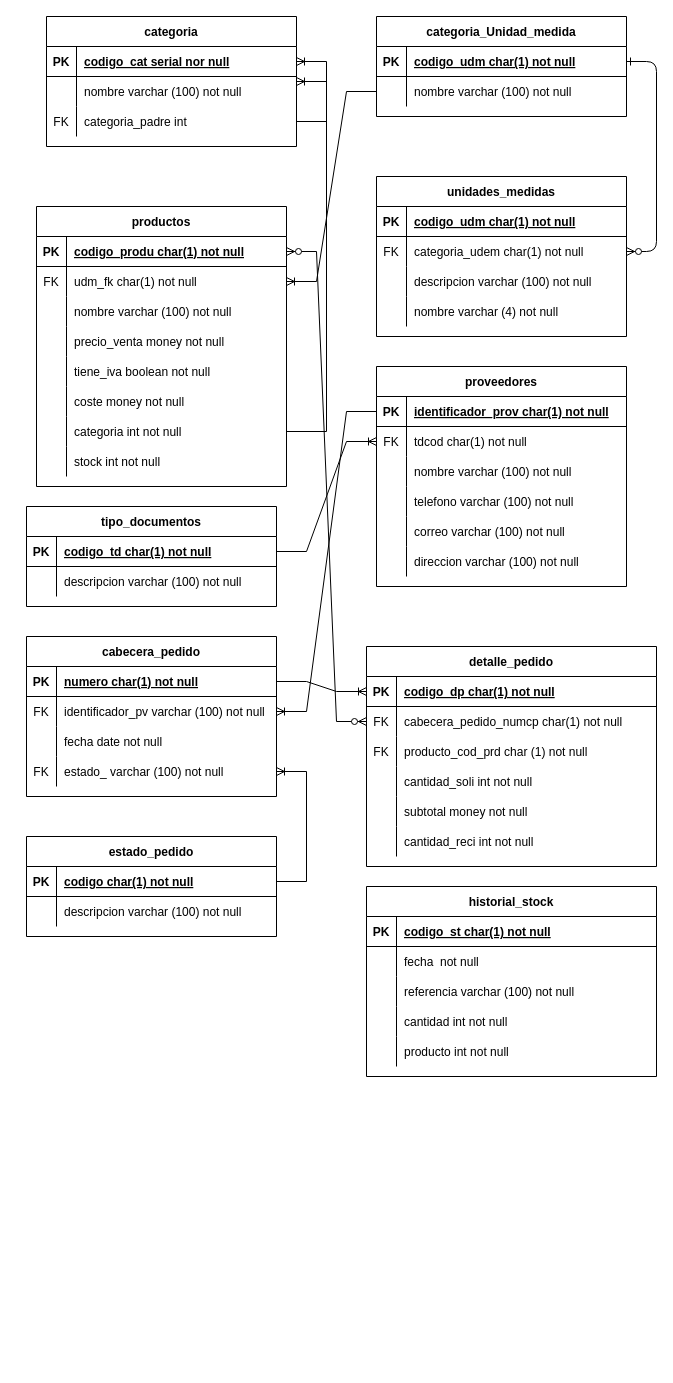
This is Diagrama sin título.drawio from PaulRiveraC/kraveDev, a draw.io file, before an edit. Source tidied: cells renumbered, new cells numbered last; positions are measured from the earlier drawing's top-left corner, leaving out a move shared by most shapes. Both pictures are drawn from the tidied source at 100%, with x=0, y=0 at pixel (26, 16).
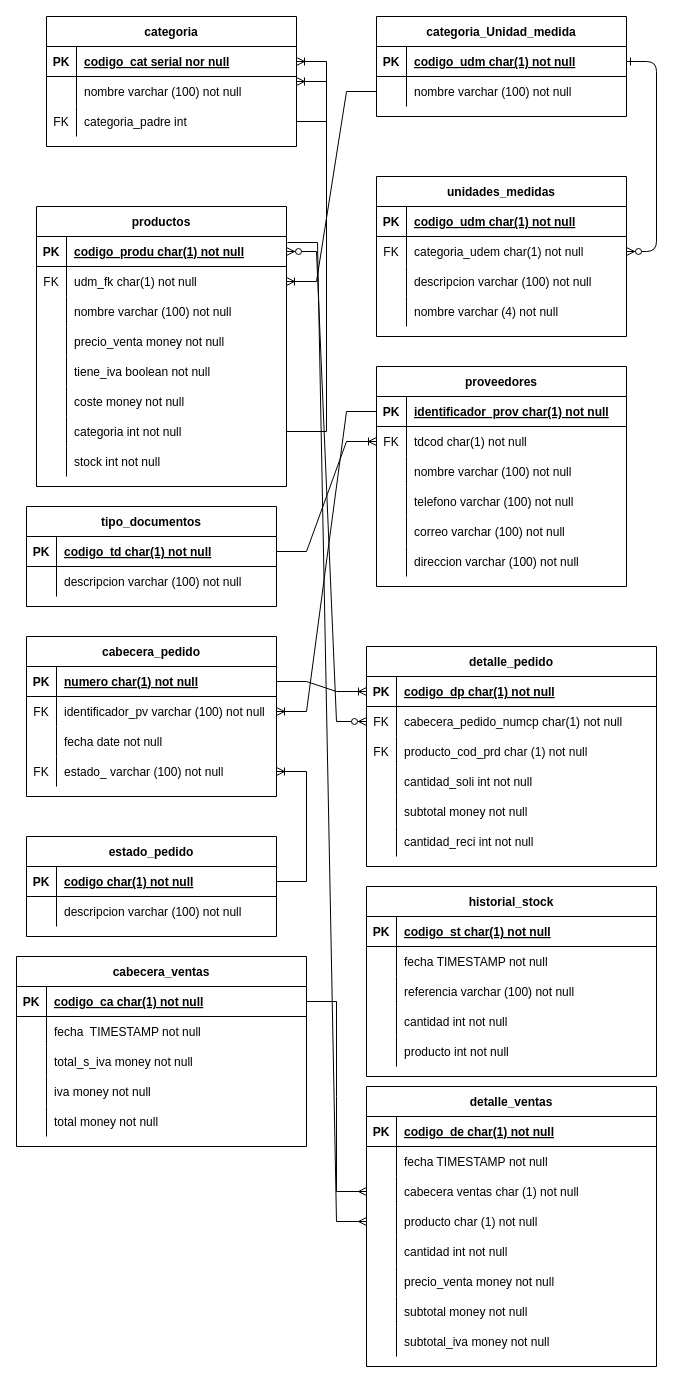
The same diagram, later.

Unchanged cells that the change refers to:
```xml
<mxCell id="35" style="shape=partialRectangle;fillColor=none;points=[[0,0.5],[1,0.5]];portConstraint=eastwest;top=0;left=0;right=0;bottom=1;" parent="34" vertex="1">
  <mxGeometry y="30" width="250" height="30" as="geometry" />
</mxCell>
<mxCell id="135" style="shape=partialRectangle;fillColor=none;top=0;left=0;right=0;bottom=0;" parent="131" vertex="1">
  <mxGeometry y="60" width="290" height="30" as="geometry" />
</mxCell>
```

The edit, as a diff of the source:
```diff
@@
-    <mxCell id="137" value="fecha  not null" style="shape=partialRectangle;overflow=hidden;fillColor=none;top=0;left=0;bottom=0;right=0;align=left;spacingLeft=6;" parent="135" vertex="1">
+    <mxCell id="137" value="fecha TIMESTAMP not null" style="shape=partialRectangle;overflow=hidden;fillColor=none;top=0;left=0;bottom=0;right=0;align=left;spacingLeft=6;" parent="135" vertex="1">
       <mxGeometry x="30" width="260" height="30" as="geometry" />
     </mxCell>
@@
+    <mxCell id="147" value="cabecera_ventas" style="shape=table;startSize=30;childLayout=tableLayout;rowLines=0;fontStyle=1;align=center;" parent="1" vertex="1">
+      <mxGeometry x="-10" y="940" width="290" height="190" as="geometry" />
+    </mxCell>
+    <mxCell id="148" style="shape=partialRectangle;fillColor=none;points=[[0,0.5],[1,0.5]];portConstraint=eastwest;top=0;left=0;right=0;bottom=1;" parent="147" vertex="1">
+      <mxGeometry y="30" width="290" height="30" as="geometry" />
+    </mxCell>
+    <mxCell id="149" value="PK" style="shape=partialRectangle;overflow=hidden;fillColor=none;top=0;left=0;bottom=0;right=0;fontStyle=1;" parent="148" vertex="1">
+      <mxGeometry width="30" height="30" as="geometry" />
+    </mxCell>
+    <mxCell id="150" value="codigo_ca char(1) not null" style="shape=partialRectangle;overflow=hidden;fillColor=none;top=0;left=0;bottom=0;right=0;align=left;spacingLeft=6;fontStyle=5;" parent="148" vertex="1">
+      <mxGeometry x="30" width="260" height="30" as="geometry" />
+    </mxCell>
+    <mxCell id="151" style="shape=partialRectangle;fillColor=none;top=0;left=0;right=0;bottom=0;" parent="147" vertex="1">
+      <mxGeometry y="60" width="290" height="30" as="geometry" />
+    </mxCell>
+    <mxCell id="152" style="shape=partialRectangle;overflow=hidden;fillColor=none;top=0;left=0;bottom=0;right=0;" parent="151" vertex="1">
+      <mxGeometry width="30" height="30" as="geometry" />
+    </mxCell>
+    <mxCell id="153" value="fecha  TIMESTAMP not null" style="shape=partialRectangle;overflow=hidden;fillColor=none;top=0;left=0;bottom=0;right=0;align=left;spacingLeft=6;" parent="151" vertex="1">
+      <mxGeometry x="30" width="260" height="30" as="geometry" />
+    </mxCell>
+    <mxCell id="154" style="shape=partialRectangle;fillColor=none;top=0;left=0;right=0;bottom=0;" parent="147" vertex="1">
+      <mxGeometry y="90" width="290" height="30" as="geometry" />
+    </mxCell>
+    <mxCell id="155" style="shape=partialRectangle;overflow=hidden;fillColor=none;top=0;left=0;bottom=0;right=0;" parent="154" vertex="1">
+      <mxGeometry width="30" height="30" as="geometry" />
+    </mxCell>
+    <mxCell id="156" value="total_s_iva money not null" style="shape=partialRectangle;overflow=hidden;fillColor=none;top=0;left=0;bottom=0;right=0;align=left;spacingLeft=6;" parent="154" vertex="1">
+      <mxGeometry x="30" width="260" height="30" as="geometry" />
+    </mxCell>
+    <mxCell id="157" style="shape=partialRectangle;fillColor=none;top=0;left=0;right=0;bottom=0;" parent="147" vertex="1">
+      <mxGeometry y="120" width="290" height="30" as="geometry" />
+    </mxCell>
+    <mxCell id="158" style="shape=partialRectangle;overflow=hidden;fillColor=none;top=0;left=0;bottom=0;right=0;" parent="157" vertex="1">
+      <mxGeometry width="30" height="30" as="geometry" />
+    </mxCell>
+    <mxCell id="159" value="iva money not null" style="shape=partialRectangle;overflow=hidden;fillColor=none;top=0;left=0;bottom=0;right=0;align=left;spacingLeft=6;" parent="157" vertex="1">
+      <mxGeometry x="30" width="260" height="30" as="geometry" />
+    </mxCell>
+    <mxCell id="160" style="shape=partialRectangle;fillColor=none;top=0;left=0;right=0;bottom=0;" parent="147" vertex="1">
+      <mxGeometry y="150" width="290" height="30" as="geometry" />
+    </mxCell>
+    <mxCell id="161" style="shape=partialRectangle;overflow=hidden;fillColor=none;top=0;left=0;bottom=0;right=0;" parent="160" vertex="1">
+      <mxGeometry width="30" height="30" as="geometry" />
+    </mxCell>
+    <mxCell id="162" value="total money not null" style="shape=partialRectangle;overflow=hidden;fillColor=none;top=0;left=0;bottom=0;right=0;align=left;spacingLeft=6;" parent="160" vertex="1">
+      <mxGeometry x="30" width="260" height="30" as="geometry" />
+    </mxCell>
+    <mxCell id="163" value="detalle_ventas" style="shape=table;startSize=30;childLayout=tableLayout;rowLines=0;fontStyle=1;align=center;" parent="1" vertex="1">
+      <mxGeometry x="340" y="1070" width="290" height="280" as="geometry" />
+    </mxCell>
+    <mxCell id="164" style="shape=partialRectangle;fillColor=none;top=0;left=0;right=0;bottom=1;" parent="163" vertex="1">
+      <mxGeometry y="30" width="290" height="30" as="geometry" />
+    </mxCell>
+    <mxCell id="165" value="PK" style="shape=partialRectangle;overflow=hidden;fillColor=none;top=0;left=0;bottom=0;right=0;fontStyle=1;" parent="164" vertex="1">
+      <mxGeometry width="30" height="30" as="geometry" />
+    </mxCell>
+    <mxCell id="166" value="codigo_de char(1) not null" style="shape=partialRectangle;overflow=hidden;fillColor=none;top=0;left=0;bottom=0;right=0;align=left;spacingLeft=6;fontStyle=5;" parent="164" vertex="1">
+      <mxGeometry x="30" width="260" height="30" as="geometry" />
+    </mxCell>
+    <mxCell id="167" style="shape=partialRectangle;fillColor=none;top=0;left=0;right=0;bottom=0;" parent="163" vertex="1">
+      <mxGeometry y="60" width="290" height="30" as="geometry" />
+    </mxCell>
+    <mxCell id="168" style="shape=partialRectangle;overflow=hidden;fillColor=none;top=0;left=0;bottom=0;right=0;" parent="167" vertex="1">
+      <mxGeometry width="30" height="30" as="geometry" />
+    </mxCell>
+    <mxCell id="169" value="fecha TIMESTAMP not null" style="shape=partialRectangle;overflow=hidden;fillColor=none;top=0;left=0;bottom=0;right=0;align=left;spacingLeft=6;" parent="167" vertex="1">
+      <mxGeometry x="30" width="260" height="30" as="geometry" />
+    </mxCell>
+    <mxCell id="170" style="shape=partialRectangle;fillColor=none;points=[[0,0.5],[1,0.5]];portConstraint=eastwest;top=0;left=0;right=0;bottom=0;" parent="163" vertex="1">
+      <mxGeometry y="90" width="290" height="30" as="geometry" />
+    </mxCell>
+    <mxCell id="171" style="shape=partialRectangle;overflow=hidden;fillColor=none;top=0;left=0;bottom=0;right=0;" parent="170" vertex="1">
+      <mxGeometry width="30" height="30" as="geometry" />
+    </mxCell>
+    <mxCell id="172" value="cabecera ventas char (1) not null" style="shape=partialRectangle;overflow=hidden;fillColor=none;top=0;left=0;bottom=0;right=0;align=left;spacingLeft=6;" parent="170" vertex="1">
+      <mxGeometry x="30" width="260" height="30" as="geometry" />
+    </mxCell>
+    <mxCell id="173" style="shape=partialRectangle;fillColor=none;points=[[0,0.5],[1,0.5]];portConstraint=eastwest;top=0;left=0;right=0;bottom=0;" parent="163" vertex="1">
+      <mxGeometry y="120" width="290" height="30" as="geometry" />
+    </mxCell>
+    <mxCell id="174" style="shape=partialRectangle;overflow=hidden;fillColor=none;top=0;left=0;bottom=0;right=0;" parent="173" vertex="1">
+      <mxGeometry width="30" height="30" as="geometry" />
+    </mxCell>
+    <mxCell id="175" value="producto char (1) not null" style="shape=partialRectangle;overflow=hidden;fillColor=none;top=0;left=0;bottom=0;right=0;align=left;spacingLeft=6;" parent="173" vertex="1">
+      <mxGeometry x="30" width="260" height="30" as="geometry" />
+    </mxCell>
+    <mxCell id="176" style="shape=partialRectangle;fillColor=none;top=0;left=0;right=0;bottom=0;" parent="163" vertex="1">
+      <mxGeometry y="150" width="290" height="30" as="geometry" />
+    </mxCell>
+    <mxCell id="177" style="shape=partialRectangle;overflow=hidden;fillColor=none;top=0;left=0;bottom=0;right=0;" parent="176" vertex="1">
+      <mxGeometry width="30" height="30" as="geometry" />
+    </mxCell>
+    <mxCell id="178" value="cantidad int not null" style="shape=partialRectangle;overflow=hidden;fillColor=none;top=0;left=0;bottom=0;right=0;align=left;spacingLeft=6;" parent="176" vertex="1">
+      <mxGeometry x="30" width="260" height="30" as="geometry" />
+    </mxCell>
+    <mxCell id="179" style="shape=partialRectangle;fillColor=none;top=0;left=0;right=0;bottom=0;" parent="163" vertex="1">
+      <mxGeometry y="180" width="290" height="30" as="geometry" />
+    </mxCell>
+    <mxCell id="180" style="shape=partialRectangle;overflow=hidden;fillColor=none;top=0;left=0;bottom=0;right=0;" parent="179" vertex="1">
+      <mxGeometry width="30" height="30" as="geometry" />
+    </mxCell>
+    <mxCell id="181" value="precio_venta money not null" style="shape=partialRectangle;overflow=hidden;fillColor=none;top=0;left=0;bottom=0;right=0;align=left;spacingLeft=6;" parent="179" vertex="1">
+      <mxGeometry x="30" width="260" height="30" as="geometry" />
+    </mxCell>
+    <mxCell id="182" style="shape=partialRectangle;fillColor=none;top=0;left=0;right=0;bottom=0;" parent="163" vertex="1">
+      <mxGeometry y="210" width="290" height="30" as="geometry" />
+    </mxCell>
+    <mxCell id="183" style="shape=partialRectangle;overflow=hidden;fillColor=none;top=0;left=0;bottom=0;right=0;" parent="182" vertex="1">
+      <mxGeometry width="30" height="30" as="geometry" />
+    </mxCell>
+    <mxCell id="184" value="subtotal money not null" style="shape=partialRectangle;overflow=hidden;fillColor=none;top=0;left=0;bottom=0;right=0;align=left;spacingLeft=6;" parent="182" vertex="1">
+      <mxGeometry x="30" width="260" height="30" as="geometry" />
+    </mxCell>
+    <mxCell id="185" style="shape=partialRectangle;fillColor=none;top=0;left=0;right=0;bottom=0;" parent="163" vertex="1">
+      <mxGeometry y="240" width="290" height="30" as="geometry" />
+    </mxCell>
+    <mxCell id="186" style="shape=partialRectangle;overflow=hidden;fillColor=none;top=0;left=0;bottom=0;right=0;" parent="185" vertex="1">
+      <mxGeometry width="30" height="30" as="geometry" />
+    </mxCell>
+    <mxCell id="187" value="subtotal_iva money not null" style="shape=partialRectangle;overflow=hidden;fillColor=none;top=0;left=0;bottom=0;right=0;align=left;spacingLeft=6;" parent="185" vertex="1">
+      <mxGeometry x="30" width="260" height="30" as="geometry" />
+    </mxCell>
+    <mxCell id="188" style="edgeStyle=entityRelationEdgeStyle;fontSize=12;html=1;endArrow=ERmany;rounded=0;exitX=1;exitY=0.5;exitDx=0;exitDy=0;" parent="1" edge="1" source="148" target="170">
+      <mxGeometry relative="1" as="geometry" />
+    </mxCell>
+    <mxCell id="189" style="edgeStyle=entityRelationEdgeStyle;fontSize=12;html=1;endArrow=ERmany;rounded=0;exitX=1.004;exitY=0.2;exitDx=0;exitDy=0;exitPerimeter=0;" parent="1" edge="1" source="35" target="173">
+      <mxGeometry relative="1" as="geometry" />
+    </mxCell>
```
